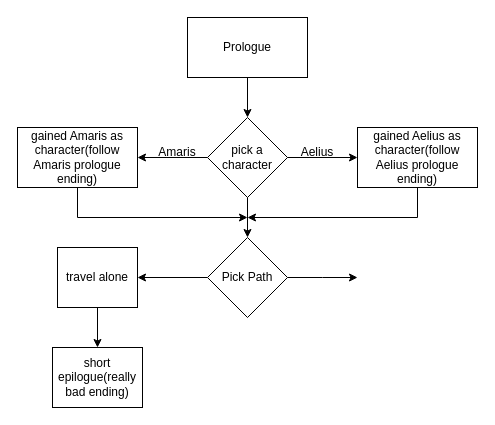
staten-island-tech/object-oriented-adventures-luna keeps this draw.io diagram as Untitled Diagram.drawio. Above is the earlier version. Source tidied: cells renumbered, new cells numbered last; positions are measured from the earlier drawing's top-left corner, leaving out a move shared by most shapes. Both pictures are drawn from the tidied source at 100%, with x=0, y=0 at pixel (17, 17).
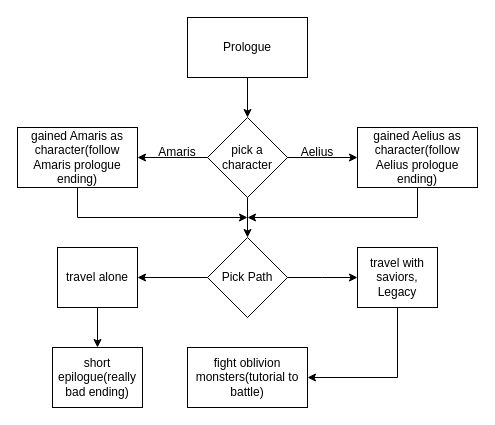
Above is the later version.

The edit, as a diff of the source:
```diff
@@
+    <mxCell id="20" value="travel with saviors, Legacy" style="rounded=0;whiteSpace=wrap;html=1;" parent="1" vertex="1">
+      <mxGeometry x="340" y="230" width="80" height="60" as="geometry" />
+    </mxCell>
+    <mxCell id="21" value="fight oblivion monsters(tutorial to battle)" style="rounded=0;whiteSpace=wrap;html=1;" parent="1" vertex="1">
+      <mxGeometry x="170" y="330" width="120" height="60" as="geometry" />
+    </mxCell>
+    <mxCell id="22" style="endArrow=classic;html=1;rounded=0;exitX=0.5;exitY=1;exitDx=0;exitDy=0;entryX=1;entryY=0.5;entryDx=0;entryDy=0;" parent="1" edge="1" source="20" target="21">
+      <mxGeometry relative="1" as="geometry">
+        <Array as="points">
+          <mxPoint x="380" y="360" />
+        </Array>
+      </mxGeometry>
+    </mxCell>
```
